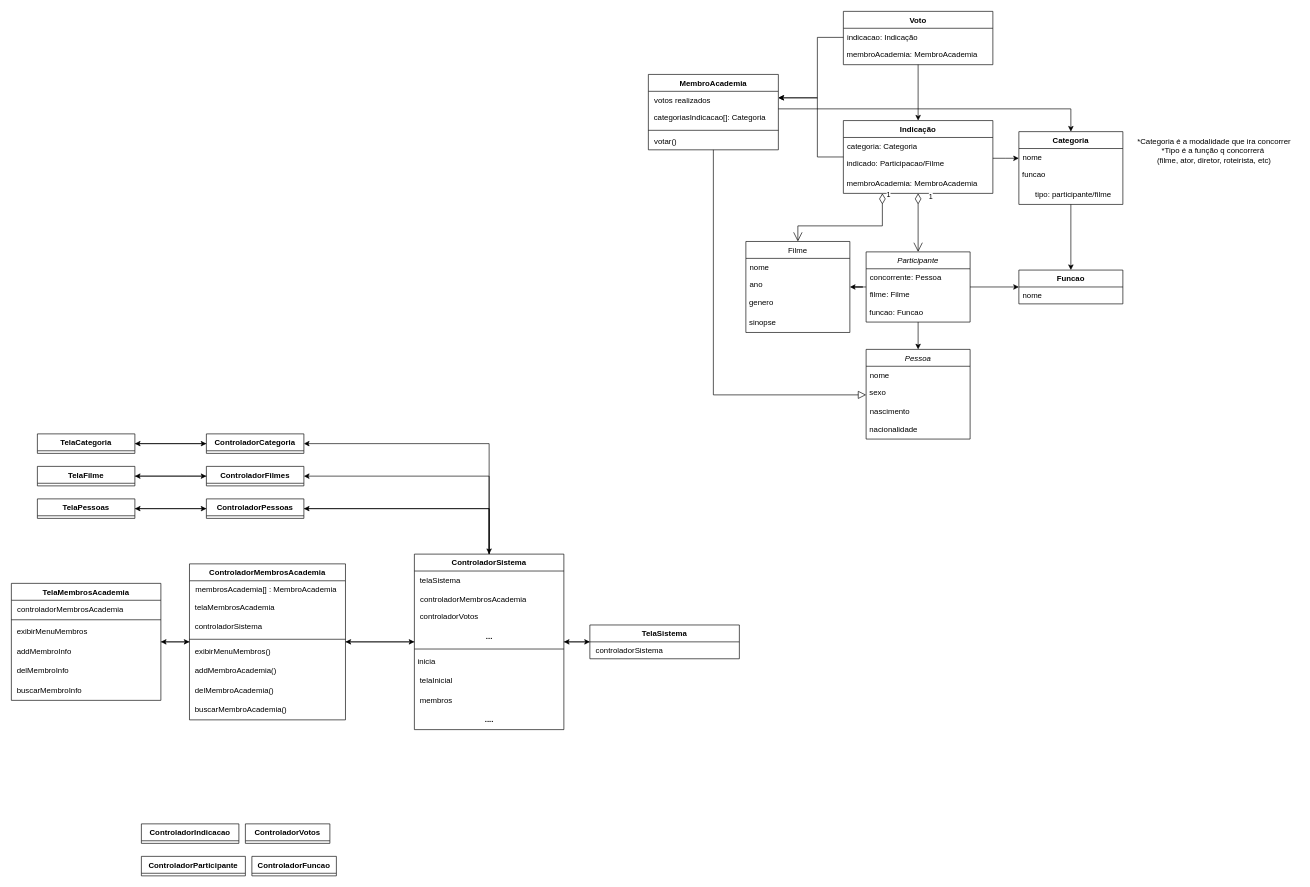
Earlier version of the draw.io diagram Diagram de Classe V2.drawio (joaotuyama21/trabalho_dsoo). Source tidied: cells renumbered, new cells numbered last; positions are measured from the earlier drawing's top-left corner, leaving out a move shared by most shapes. Both pictures are drawn from the tidied source at 65%, with x=0, y=0 at pixel (11, 11).
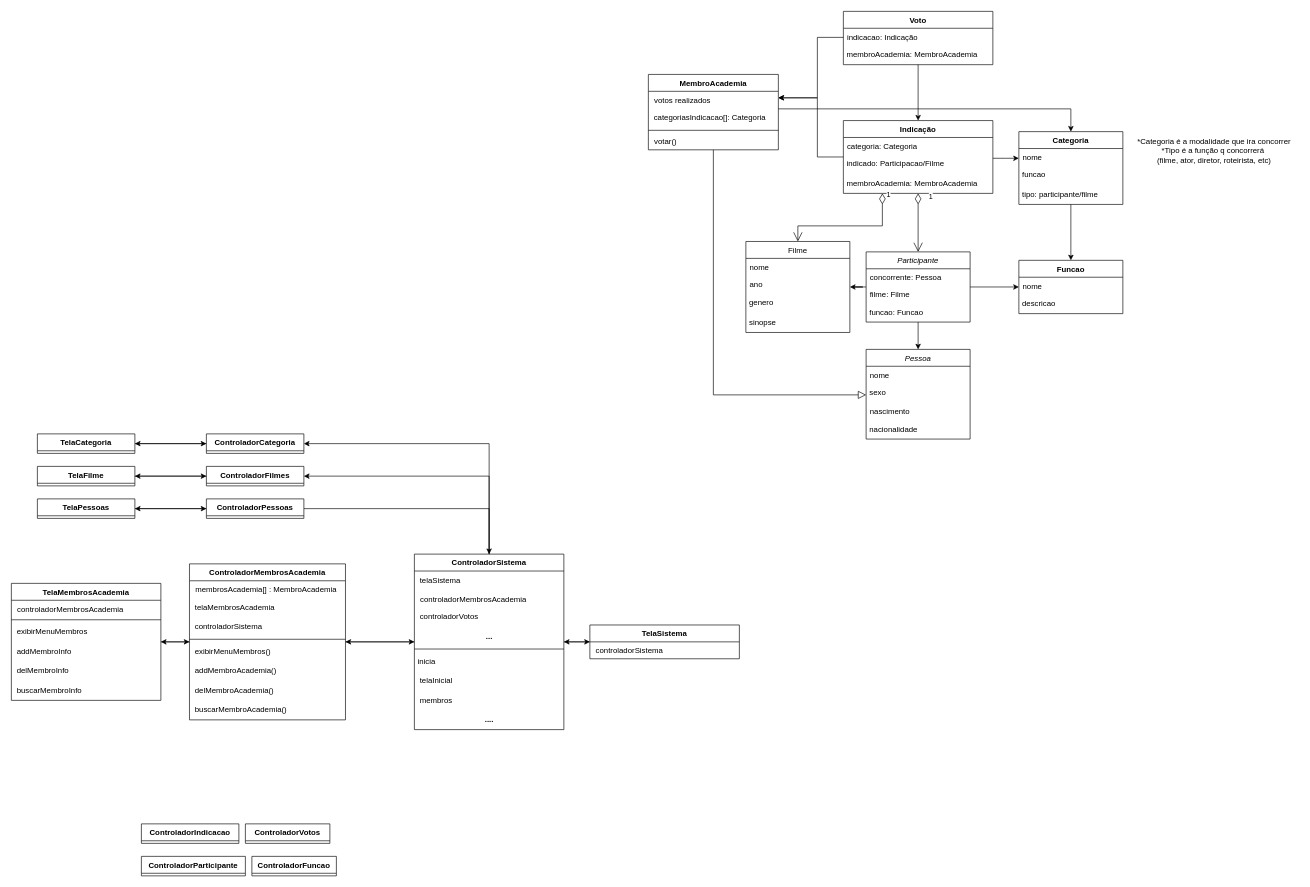
The same page after the edit.

The change refers to these unchanged cells:
```xml
<mxCell id="4" value="ControladorPessoas" style="swimlane;fontStyle=1;align=center;verticalAlign=top;horizontal=1;startSize=26;whiteSpace=wrap;html=1;" parent="1" vertex="1" collapsed="1">
  <mxGeometry x="300" y="750" width="150" height="30" as="geometry" />
</mxCell>
<mxCell id="26" value="ControladorSistema" style="swimlane;fontStyle=1;align=center;verticalAlign=top;horizontal=1;startSize=26;whiteSpace=wrap;html=1;" parent="1" vertex="1">
  <mxGeometry x="620" y="835" width="230" height="270" as="geometry" />
</mxCell>
<mxCell id="63" value="Categoria" style="swimlane;fontStyle=1;align=center;verticalAlign=top;horizontal=1;startSize=26;whiteSpace=wrap;html=1;" parent="1" vertex="1">
  <mxGeometry x="1550" y="185" width="160" height="112" as="geometry" />
</mxCell>
```

Diff of the diagram source:
```diff
@@
-    <mxCell id="24" style="edgeStyle=orthogonalEdgeStyle;rounded=0;jettySize=auto;html=1;" parent="1" edge="1" source="26" target="4">
-      <mxGeometry relative="1" as="geometry">
-        <Array as="points">
-          <mxPoint x="735" y="765" />
-        </Array>
-      </mxGeometry>
-    </mxCell>
@@
-    <mxCell id="66" value="&amp;nbsp; tipo: participante/filme" style="text;html=1;align=center;verticalAlign=middle;strokeColor=none;fillColor=none;" parent="63" vertex="1">
+    <mxCell id="66" value="&amp;nbsp;tipo: participante/filme" style="text;html=1;align=left;verticalAlign=middle;strokeColor=none;fillColor=none;" parent="63" vertex="1">
       <mxGeometry y="82" width="160" height="30" as="geometry" />
     </mxCell>
@@
     <mxCell id="98" value="Funcao" style="swimlane;fontStyle=1;align=center;verticalAlign=top;horizontal=1;startSize=26;whiteSpace=wrap;html=1;" parent="1" vertex="1">
-      <mxGeometry x="1550" y="398" width="160" height="52" as="geometry" />
+      <mxGeometry x="1550" y="383" width="160" height="82" as="geometry" />
     </mxCell>
@@
+    <mxCell id="101" value="&amp;nbsp;descricao" style="text;html=1;align=left;verticalAlign=middle;strokeColor=none;fillColor=none;" parent="98" vertex="1">
+      <mxGeometry y="52" width="160" height="30" as="geometry" />
+    </mxCell>
```
